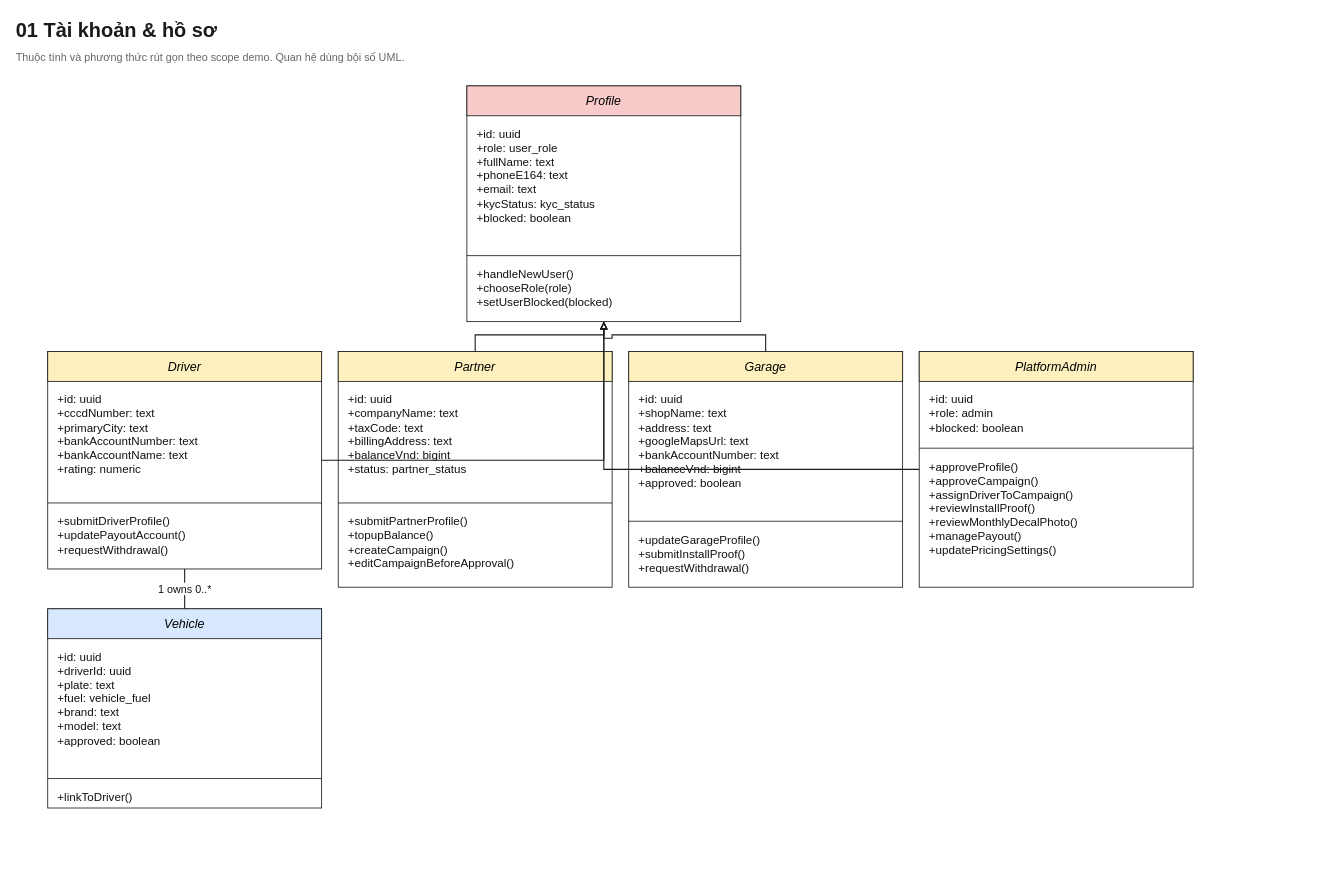
The draw.io diagram page "01 Tài khoản & hồ sơ" (1 of 4) of docs/class-diagram.drawio in kjasng/VehicalAdvertise, before the edit. Source tidied: cells renumbered, new cells numbered last; positions are measured from the earlier drawing's top-left corner, leaving out a move shared by most shapes. Both pictures are drawn from the tidied source at 83%, with x=0, y=0 at pixel (14, 14).
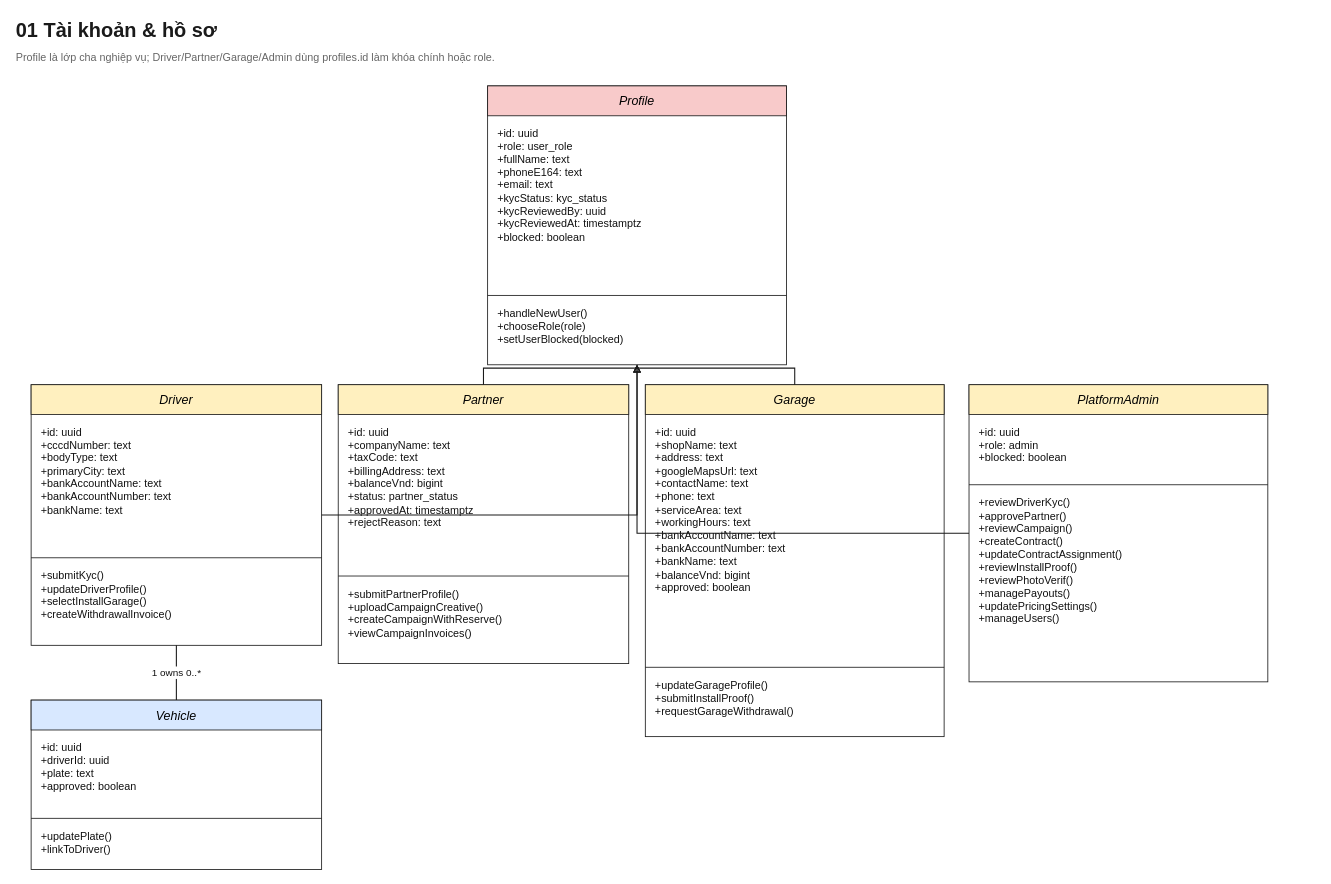
After the change.

The edit, as a diff of the source:
```diff
@@
     <mxCell id="2" value="01 Tài khoản &amp; hồ sơ" style="text;html=1;strokeColor=none;fillColor=none;align=left;verticalAlign=middle;fontSize=24;fontStyle=1;fontColor=#1a1a1a;" parent="1" vertex="1">
-      <mxGeometry width="1420" height="38" as="geometry" />
+      <mxGeometry width="1570" height="38" as="geometry" />
     </mxCell>
-    <mxCell id="3" value="Thuộc tính và phương thức rút gọn theo scope demo. Quan hệ dùng bội số UML." style="text;html=1;strokeColor=none;fillColor=none;align=left;verticalAlign=middle;fontSize=13;fontColor=#666666;" parent="1" vertex="1">
-      <mxGeometry y="38" width="1420" height="26" as="geometry" />
+    <mxCell id="3" value="Profile là lớp cha nghiệp vụ; Driver/Partner/Garage/Admin dùng profiles.id làm khóa chính hoặc role." style="text;html=1;strokeColor=none;fillColor=none;align=left;verticalAlign=middle;fontSize=13;fontColor=#666666;" parent="1" vertex="1">
+      <mxGeometry y="38" width="1570" height="26" as="geometry" />
     </mxCell>
     <mxCell id="4" style="rounded=0;whiteSpace=wrap;html=1;fillColor=#ffffff;strokeColor=#1a1a1a;" parent="1" vertex="1">
-      <mxGeometry x="545" y="86" width="330" height="284" as="geometry" />
+      <mxGeometry x="570" y="86" width="360" height="336" as="geometry" />
     </mxCell>
     <mxCell id="5" value="Profile" style="rounded=0;whiteSpace=wrap;html=1;fillColor=#f8caca;strokeColor=#1a1a1a;fontSize=15;fontStyle=2;align=center;verticalAlign=middle;" parent="1" vertex="1">
-      <mxGeometry x="545" y="86" width="330" height="36" as="geometry" />
+      <mxGeometry x="570" y="86" width="360" height="36" as="geometry" />
     </mxCell>
-    <mxCell id="6" value="+id: uuid&lt;br/&gt;+role: user_role&lt;br/&gt;+fullName: text&lt;br/&gt;+phoneE164: text&lt;br/&gt;+email: text&lt;br/&gt;+kycStatus: kyc_status&lt;br/&gt;+blocked: boolean" style="text;html=1;strokeColor=none;fillColor=none;align=left;verticalAlign=top;fontSize=14;fontColor=#111111;spacingLeft=10;spacingTop=7;" parent="1" vertex="1">
-      <mxGeometry x="545" y="122" width="330" height="168" as="geometry" />
+    <mxCell id="6" value="+id: uuid&lt;br/&gt;+role: user_role&lt;br/&gt;+fullName: text&lt;br/&gt;+phoneE164: text&lt;br/&gt;+email: text&lt;br/&gt;+kycStatus: kyc_status&lt;br/&gt;+kycReviewedBy: uuid&lt;br/&gt;+kycReviewedAt: timestamptz&lt;br/&gt;+blocked: boolean" style="text;html=1;strokeColor=none;fillColor=none;align=left;verticalAlign=top;fontSize=13;fontColor=#111111;spacingLeft=10;spacingTop=7;" parent="1" vertex="1">
+      <mxGeometry x="570" y="122" width="360" height="216" as="geometry" />
     </mxCell>
     <mxCell id="7" style="line;strokeWidth=1;html=1;strokeColor=#1a1a1a;" parent="1" vertex="1">
-      <mxGeometry x="545" y="290" width="330" height="1" as="geometry" />
+      <mxGeometry x="570" y="338" width="360" height="1" as="geometry" />
     </mxCell>
-    <mxCell id="8" value="+handleNewUser()&lt;br/&gt;+chooseRole(role)&lt;br/&gt;+setUserBlocked(blocked)" style="text;html=1;strokeColor=none;fillColor=none;align=left;verticalAlign=top;fontSize=14;fontColor=#111111;spacingLeft=10;spacingTop=7;" parent="1" vertex="1">
-      <mxGeometry x="545" y="291" width="330" height="80" as="geometry" />
+    <mxCell id="8" value="+handleNewUser()&lt;br/&gt;+chooseRole(role)&lt;br/&gt;+setUserBlocked(blocked)" style="text;html=1;strokeColor=none;fillColor=none;align=left;verticalAlign=top;fontSize=13;fontColor=#111111;spacingLeft=10;spacingTop=7;" parent="1" vertex="1">
+      <mxGeometry x="570" y="339" width="360" height="84" as="geometry" />
     </mxCell>
     <mxCell id="9" style="rounded=0;whiteSpace=wrap;html=1;fillColor=#ffffff;strokeColor=#1a1a1a;" parent="1" vertex="1">
-      <mxGeometry x="40" y="406" width="330" height="262" as="geometry" />
+      <mxGeometry x="20" y="446" width="350" height="314" as="geometry" />
     </mxCell>
     <mxCell id="10" value="Driver" style="rounded=0;whiteSpace=wrap;html=1;fillColor=#fff0bf;strokeColor=#1a1a1a;fontSize=15;fontStyle=2;align=center;verticalAlign=middle;" parent="1" vertex="1">
-      <mxGeometry x="40" y="406" width="330" height="36" as="geometry" />
+      <mxGeometry x="20" y="446" width="350" height="36" as="geometry" />
     </mxCell>
-    <mxCell id="11" value="+id: uuid&lt;br/&gt;+cccdNumber: text&lt;br/&gt;+primaryCity: text&lt;br/&gt;+bankAccountNumber: text&lt;br/&gt;+bankAccountName: text&lt;br/&gt;+rating: numeric" style="text;html=1;strokeColor=none;fillColor=none;align=left;verticalAlign=top;fontSize=14;fontColor=#111111;spacingLeft=10;spacingTop=7;" parent="1" vertex="1">
-      <mxGeometry x="40" y="442" width="330" height="146" as="geometry" />
+    <mxCell id="11" value="+id: uuid&lt;br/&gt;+cccdNumber: text&lt;br/&gt;+bodyType: text&lt;br/&gt;+primaryCity: text&lt;br/&gt;+bankAccountName: text&lt;br/&gt;+bankAccountNumber: text&lt;br/&gt;+bankName: text" style="text;html=1;strokeColor=none;fillColor=none;align=left;verticalAlign=top;fontSize=13;fontColor=#111111;spacingLeft=10;spacingTop=7;" parent="1" vertex="1">
+      <mxGeometry x="20" y="482" width="350" height="172" as="geometry" />
     </mxCell>
     <mxCell id="12" style="line;strokeWidth=1;html=1;strokeColor=#1a1a1a;" parent="1" vertex="1">
-      <mxGeometry x="40" y="588" width="330" height="1" as="geometry" />
+      <mxGeometry x="20" y="654" width="350" height="1" as="geometry" />
     </mxCell>
-    <mxCell id="13" value="+submitDriverProfile()&lt;br/&gt;+updatePayoutAccount()&lt;br/&gt;+requestWithdrawal()" style="text;html=1;strokeColor=none;fillColor=none;align=left;verticalAlign=top;fontSize=14;fontColor=#111111;spacingLeft=10;spacingTop=7;" parent="1" vertex="1">
-      <mxGeometry x="40" y="589" width="330" height="80" as="geometry" />
+    <mxCell id="13" value="+submitKyc()&lt;br/&gt;+updateDriverProfile()&lt;br/&gt;+selectInstallGarage()&lt;br/&gt;+createWithdrawalInvoice()" style="text;html=1;strokeColor=none;fillColor=none;align=left;verticalAlign=top;fontSize=13;fontColor=#111111;spacingLeft=10;spacingTop=7;" parent="1" vertex="1">
+      <mxGeometry x="20" y="655" width="350" height="106" as="geometry" />
     </mxCell>
     <mxCell id="14" style="rounded=0;whiteSpace=wrap;html=1;fillColor=#ffffff;strokeColor=#1a1a1a;" parent="1" vertex="1">
-      <mxGeometry x="390" y="406" width="330" height="284" as="geometry" />
+      <mxGeometry x="390" y="446" width="350" height="336" as="geometry" />
     </mxCell>
     <mxCell id="15" value="Partner" style="rounded=0;whiteSpace=wrap;html=1;fillColor=#fff0bf;strokeColor=#1a1a1a;fontSize=15;fontStyle=2;align=center;verticalAlign=middle;" parent="1" vertex="1">
-      <mxGeometry x="390" y="406" width="330" height="36" as="geometry" />
+      <mxGeometry x="390" y="446" width="350" height="36" as="geometry" />
     </mxCell>
-    <mxCell id="16" value="+id: uuid&lt;br/&gt;+companyName: text&lt;br/&gt;+taxCode: text&lt;br/&gt;+billingAddress: text&lt;br/&gt;+balanceVnd: bigint&lt;br/&gt;+status: partner_status" style="text;html=1;strokeColor=none;fillColor=none;align=left;verticalAlign=top;fontSize=14;fontColor=#111111;spacingLeft=10;spacingTop=7;" parent="1" vertex="1">
-      <mxGeometry x="390" y="442" width="330" height="146" as="geometry" />
+    <mxCell id="16" value="+id: uuid&lt;br/&gt;+companyName: text&lt;br/&gt;+taxCode: text&lt;br/&gt;+billingAddress: text&lt;br/&gt;+balanceVnd: bigint&lt;br/&gt;+status: partner_status&lt;br/&gt;+approvedAt: timestamptz&lt;br/&gt;+rejectReason: text" style="text;html=1;strokeColor=none;fillColor=none;align=left;verticalAlign=top;fontSize=13;fontColor=#111111;spacingLeft=10;spacingTop=7;" parent="1" vertex="1">
+      <mxGeometry x="390" y="482" width="350" height="194" as="geometry" />
     </mxCell>
     <mxCell id="17" style="line;strokeWidth=1;html=1;strokeColor=#1a1a1a;" parent="1" vertex="1">
-      <mxGeometry x="390" y="588" width="330" height="1" as="geometry" />
+      <mxGeometry x="390" y="676" width="350" height="1" as="geometry" />
     </mxCell>
-    <mxCell id="18" value="+submitPartnerProfile()&lt;br/&gt;+topupBalance()&lt;br/&gt;+createCampaign()&lt;br/&gt;+editCampaignBeforeApproval()" style="text;html=1;strokeColor=none;fillColor=none;align=left;verticalAlign=top;fontSize=14;fontColor=#111111;spacingLeft=10;spacingTop=7;" parent="1" vertex="1">
-      <mxGeometry x="390" y="589" width="330" height="102" as="geometry" />
+    <mxCell id="18" value="+submitPartnerProfile()&lt;br/&gt;+uploadCampaignCreative()&lt;br/&gt;+createCampaignWithReserve()&lt;br/&gt;+viewCampaignInvoices()" style="text;html=1;strokeColor=none;fillColor=none;align=left;verticalAlign=top;fontSize=13;fontColor=#111111;spacingLeft=10;spacingTop=7;" parent="1" vertex="1">
+      <mxGeometry x="390" y="677" width="350" height="106" as="geometry" />
     </mxCell>
     <mxCell id="19" style="rounded=0;whiteSpace=wrap;html=1;fillColor=#ffffff;strokeColor=#1a1a1a;" parent="1" vertex="1">
-      <mxGeometry x="740" y="406" width="330" height="284" as="geometry" />
+      <mxGeometry x="760" y="446" width="360" height="424" as="geometry" />
     </mxCell>
     <mxCell id="20" value="Garage" style="rounded=0;whiteSpace=wrap;html=1;fillColor=#fff0bf;strokeColor=#1a1a1a;fontSize=15;fontStyle=2;align=center;verticalAlign=middle;" parent="1" vertex="1">
-      <mxGeometry x="740" y="406" width="330" height="36" as="geometry" />
+      <mxGeometry x="760" y="446" width="360" height="36" as="geometry" />
     </mxCell>
-    <mxCell id="21" value="+id: uuid&lt;br/&gt;+shopName: text&lt;br/&gt;+address: text&lt;br/&gt;+googleMapsUrl: text&lt;br/&gt;+bankAccountNumber: text&lt;br/&gt;+balanceVnd: bigint&lt;br/&gt;+approved: boolean" style="text;html=1;strokeColor=none;fillColor=none;align=left;verticalAlign=top;fontSize=14;fontColor=#111111;spacingLeft=10;spacingTop=7;" parent="1" vertex="1">
-      <mxGeometry x="740" y="442" width="330" height="168" as="geometry" />
+    <mxCell id="21" value="+id: uuid&lt;br/&gt;+shopName: text&lt;br/&gt;+address: text&lt;br/&gt;+googleMapsUrl: text&lt;br/&gt;+contactName: text&lt;br/&gt;+phone: text&lt;br/&gt;+serviceArea: text&lt;br/&gt;+workingHours: text&lt;br/&gt;+bankAccountName: text&lt;br/&gt;+bankAccountNumber: text&lt;br/&gt;+bankName: text&lt;br/&gt;+balanceVnd: bigint&lt;br/&gt;+approved: boolean" style="text;html=1;strokeColor=none;fillColor=none;align=left;verticalAlign=top;fontSize=13;fontColor=#111111;spacingLeft=10;spacingTop=7;" parent="1" vertex="1">
+      <mxGeometry x="760" y="482" width="360" height="304" as="geometry" />
     </mxCell>
     <mxCell id="22" style="line;strokeWidth=1;html=1;strokeColor=#1a1a1a;" parent="1" vertex="1">
-      <mxGeometry x="740" y="610" width="330" height="1" as="geometry" />
+      <mxGeometry x="760" y="786" width="360" height="1" as="geometry" />
     </mxCell>
-    <mxCell id="23" value="+updateGarageProfile()&lt;br/&gt;+submitInstallProof()&lt;br/&gt;+requestWithdrawal()" style="text;html=1;strokeColor=none;fillColor=none;align=left;verticalAlign=top;fontSize=14;fontColor=#111111;spacingLeft=10;spacingTop=7;" parent="1" vertex="1">
-      <mxGeometry x="740" y="611" width="330" height="80" as="geometry" />
+    <mxCell id="23" value="+updateGarageProfile()&lt;br/&gt;+submitInstallProof()&lt;br/&gt;+requestGarageWithdrawal()" style="text;html=1;strokeColor=none;fillColor=none;align=left;verticalAlign=top;fontSize=13;fontColor=#111111;spacingLeft=10;spacingTop=7;" parent="1" vertex="1">
+      <mxGeometry x="760" y="787" width="360" height="84" as="geometry" />
     </mxCell>
     <mxCell id="24" style="rounded=0;whiteSpace=wrap;html=1;fillColor=#ffffff;strokeColor=#1a1a1a;" parent="1" vertex="1">
-      <mxGeometry x="1090" y="406" width="330" height="284" as="geometry" />
+      <mxGeometry x="1150" y="446" width="360" height="358" as="geometry" />
     </mxCell>
     <mxCell id="25" value="PlatformAdmin" style="rounded=0;whiteSpace=wrap;html=1;fillColor=#fff0bf;strokeColor=#1a1a1a;fontSize=15;fontStyle=2;align=center;verticalAlign=middle;" parent="1" vertex="1">
-      <mxGeometry x="1090" y="406" width="330" height="36" as="geometry" />
+      <mxGeometry x="1150" y="446" width="360" height="36" as="geometry" />
     </mxCell>
-    <mxCell id="26" value="+id: uuid&lt;br/&gt;+role: admin&lt;br/&gt;+blocked: boolean" style="text;html=1;strokeColor=none;fillColor=none;align=left;verticalAlign=top;fontSize=14;fontColor=#111111;spacingLeft=10;spacingTop=7;" parent="1" vertex="1">
-      <mxGeometry x="1090" y="442" width="330" height="80" as="geometry" />
+    <mxCell id="26" value="+id: uuid&lt;br/&gt;+role: admin&lt;br/&gt;+blocked: boolean" style="text;html=1;strokeColor=none;fillColor=none;align=left;verticalAlign=top;fontSize=13;fontColor=#111111;spacingLeft=10;spacingTop=7;" parent="1" vertex="1">
+      <mxGeometry x="1150" y="482" width="360" height="84" as="geometry" />
     </mxCell>
     <mxCell id="27" style="line;strokeWidth=1;html=1;strokeColor=#1a1a1a;" parent="1" vertex="1">
-      <mxGeometry x="1090" y="522" width="330" height="1" as="geometry" />
+      <mxGeometry x="1150" y="566" width="360" height="1" as="geometry" />
     </mxCell>
-    <mxCell id="28" value="+approveProfile()&lt;br/&gt;+approveCampaign()&lt;br/&gt;+assignDriverToCampaign()&lt;br/&gt;+reviewInstallProof()&lt;br/&gt;+reviewMonthlyDecalPhoto()&lt;br/&gt;+managePayout()&lt;br/&gt;+updatePricingSettings()" style="text;html=1;strokeColor=none;fillColor=none;align=left;verticalAlign=top;fontSize=14;fontColor=#111111;spacingLeft=10;spacingTop=7;" parent="1" vertex="1">
-      <mxGeometry x="1090" y="523" width="330" height="168" as="geometry" />
+    <mxCell id="28" value="+reviewDriverKyc()&lt;br/&gt;+approvePartner()&lt;br/&gt;+reviewCampaign()&lt;br/&gt;+createContract()&lt;br/&gt;+updateContractAssignment()&lt;br/&gt;+reviewInstallProof()&lt;br/&gt;+reviewPhotoVerif()&lt;br/&gt;+managePayouts()&lt;br/&gt;+updatePricingSettings()&lt;br/&gt;+manageUsers()" style="text;html=1;strokeColor=none;fillColor=none;align=left;verticalAlign=top;fontSize=13;fontColor=#111111;spacingLeft=10;spacingTop=7;" parent="1" vertex="1">
+      <mxGeometry x="1150" y="567" width="360" height="238" as="geometry" />
     </mxCell>
     <mxCell id="29" style="rounded=0;whiteSpace=wrap;html=1;fillColor=#ffffff;strokeColor=#1a1a1a;" parent="1" vertex="1">
-      <mxGeometry x="40" y="716" width="330" height="240" as="geometry" />
+      <mxGeometry x="20" y="826" width="350" height="204" as="geometry" />
     </mxCell>
     <mxCell id="30" value="Vehicle" style="rounded=0;whiteSpace=wrap;html=1;fillColor=#d8e8ff;strokeColor=#1a1a1a;fontSize=15;fontStyle=2;align=center;verticalAlign=middle;" parent="1" vertex="1">
-      <mxGeometry x="40" y="716" width="330" height="36" as="geometry" />
+      <mxGeometry x="20" y="826" width="350" height="36" as="geometry" />
     </mxCell>
-    <mxCell id="31" value="+id: uuid&lt;br/&gt;+driverId: uuid&lt;br/&gt;+plate: text&lt;br/&gt;+fuel: vehicle_fuel&lt;br/&gt;+brand: text&lt;br/&gt;+model: text&lt;br/&gt;+approved: boolean" style="text;html=1;strokeColor=none;fillColor=none;align=left;verticalAlign=top;fontSize=14;fontColor=#111111;spacingLeft=10;spacingTop=7;" parent="1" vertex="1">
-      <mxGeometry x="40" y="752" width="330" height="168" as="geometry" />
+    <mxCell id="31" value="+id: uuid&lt;br/&gt;+driverId: uuid&lt;br/&gt;+plate: text&lt;br/&gt;+approved: boolean" style="text;html=1;strokeColor=none;fillColor=none;align=left;verticalAlign=top;fontSize=13;fontColor=#111111;spacingLeft=10;spacingTop=7;" parent="1" vertex="1">
+      <mxGeometry x="20" y="862" width="350" height="106" as="geometry" />
     </mxCell>
     <mxCell id="32" style="line;strokeWidth=1;html=1;strokeColor=#1a1a1a;" parent="1" vertex="1">
-      <mxGeometry x="40" y="920" width="330" height="1" as="geometry" />
+      <mxGeometry x="20" y="968" width="350" height="1" as="geometry" />
     </mxCell>
-    <mxCell id="33" value="+linkToDriver()" style="text;html=1;strokeColor=none;fillColor=none;align=left;verticalAlign=top;fontSize=14;fontColor=#111111;spacingLeft=10;spacingTop=7;" parent="1" vertex="1">
-      <mxGeometry x="40" y="921" width="330" height="36" as="geometry" />
+    <mxCell id="33" value="+updatePlate()&lt;br/&gt;+linkToDriver()" style="text;html=1;strokeColor=none;fillColor=none;align=left;verticalAlign=top;fontSize=13;fontColor=#111111;spacingLeft=10;spacingTop=7;" parent="1" vertex="1">
+      <mxGeometry x="20" y="969" width="350" height="62" as="geometry" />
     </mxCell>
@@
-    <mxCell id="38" value="1 owns 0..*" style="edgeStyle=orthogonalEdgeStyle;rounded=0;jettySize=auto;html=1;endArrow=none;strokeWidth=1.3;strokeColor=#1a1a1a;fontSize=13;fontColor=#111111;labelBackgroundColor=#ffffff;" parent="1" edge="1" source="9" target="29">
+    <mxCell id="38" value="1 owns 0..*" style="edgeStyle=orthogonalEdgeStyle;rounded=0;jettySize=auto;html=1;endArrow=none;strokeWidth=1.3;strokeColor=#1a1a1a;fontSize=12;fontColor=#111111;labelBackgroundColor=#ffffff;" parent="1" edge="1" source="9" target="29">
       <mxGeometry relative="1" as="geometry" />
     </mxCell>
```
